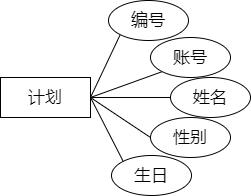
The draw.io diagram img/计划ER图.drawio.png in FlowerSea-Lu/iCareer, before a commit. Source tidied: cells renumbered, new cells last; positions are measured from the earlier drawing's top-left corner, leaving out a move shared by most shapes.
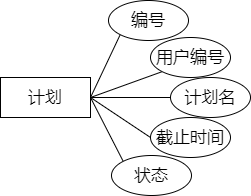
After the commit.

Commit message:
更新计划ER图.drawio.png

The edit, as a diff of the source:
```diff
@@ -23,16 +23,16 @@
     <mxCell id="8" value="编号" style="ellipse;whiteSpace=wrap;html=1;fontSize=17;fontStyle=0;" parent="1" vertex="1">
       <mxGeometry x="108" width="80" height="40" as="geometry" />
     </mxCell>
-    <mxCell id="9" value="账号" style="ellipse;whiteSpace=wrap;html=1;fontSize=17;fontStyle=0;" parent="1" vertex="1">
+    <mxCell id="9" value="用户编号" style="ellipse;whiteSpace=wrap;html=1;fontSize=17;fontStyle=0;" parent="1" vertex="1">
       <mxGeometry x="150" y="37" width="80" height="40" as="geometry" />
     </mxCell>
-    <mxCell id="10" value="姓名" style="ellipse;whiteSpace=wrap;html=1;fontSize=17;fontStyle=0;" parent="1" vertex="1">
+    <mxCell id="10" value="计划名" style="ellipse;whiteSpace=wrap;html=1;fontSize=17;fontStyle=0;" parent="1" vertex="1">
       <mxGeometry x="170" y="77" width="80" height="40" as="geometry" />
     </mxCell>
-    <mxCell id="11" value="性别" style="ellipse;whiteSpace=wrap;html=1;fontSize=17;fontStyle=0;" parent="1" vertex="1">
+    <mxCell id="11" value="截止时间" style="ellipse;whiteSpace=wrap;html=1;fontSize=17;fontStyle=0;" parent="1" vertex="1">
       <mxGeometry x="150" y="117" width="80" height="40" as="geometry" />
     </mxCell>
-    <mxCell id="12" value="生日" style="ellipse;whiteSpace=wrap;html=1;fontSize=17;fontStyle=0;" parent="1" vertex="1">
+    <mxCell id="12" value="状态" style="ellipse;whiteSpace=wrap;html=1;fontSize=17;fontStyle=0;" parent="1" vertex="1">
       <mxGeometry x="111" y="155" width="80" height="40" as="geometry" />
     </mxCell>
   </root>
```
